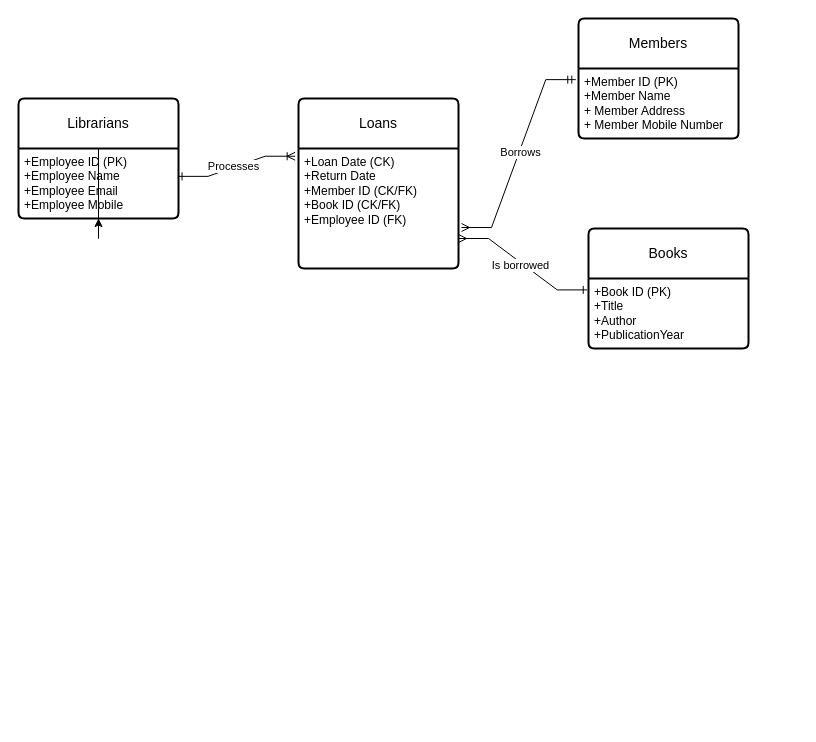
Above: Library.drawio in jaydenChua315/at1 (draw.io), before the change. Source tidied: cells renumbered, new cells numbered last; positions are measured from the earlier drawing's top-left corner, leaving out a move shared by most shapes. Both pictures are drawn from the tidied source at 100%, with x=0, y=0 at pixel (18, 18).
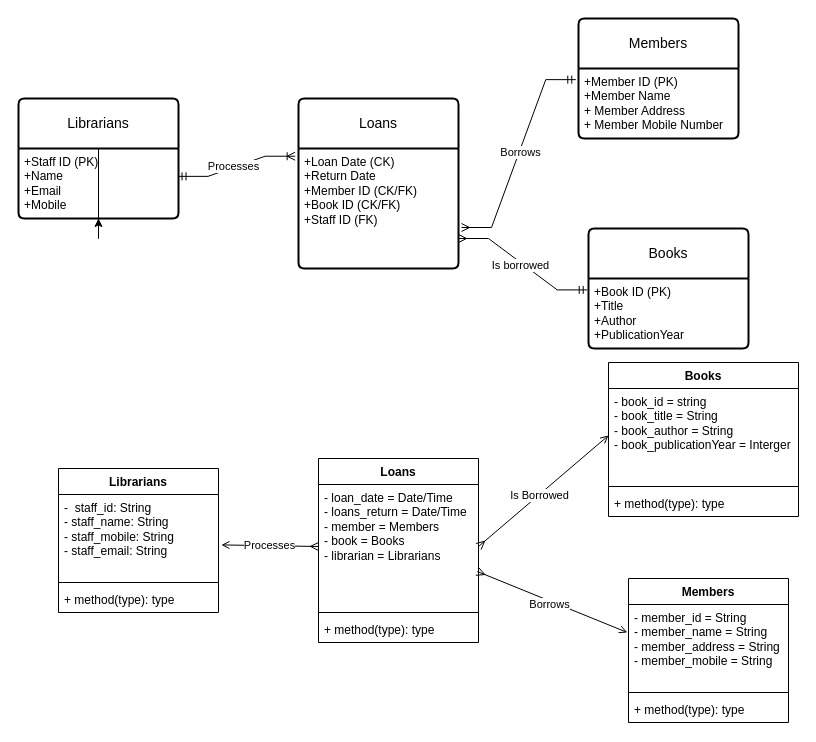
After the change.

The change refers to these unchanged cells:
```xml
<mxCell id="6" value="+Book ID (PK)&lt;br&gt;+Title&lt;br&gt;+Author&lt;div&gt;+PublicationYear&lt;/div&gt;" style="align=left;strokeColor=none;fillColor=none;spacingLeft=4;fontSize=12;verticalAlign=top;html=1;" parent="5" vertex="1">
  <mxGeometry y="50" width="160" height="70" as="geometry" />
</mxCell>
<mxCell id="7" value="Librarians" style="swimlane;horizontal=1;startSize=50;rounded=1;fontSize=14;fontStyle=0;strokeWidth=2;shadow=0;dashed=0;align=center;arcSize=4;whiteSpace=wrap;html=1;" parent="1" vertex="1">
  <mxGeometry y="80" width="160" height="120" as="geometry" />
</mxCell>
<mxCell id="9" value="Loans" style="swimlane;horizontal=1;startSize=50;rounded=1;fontSize=14;fontStyle=0;strokeWidth=2;shadow=0;dashed=0;align=center;arcSize=4;whiteSpace=wrap;html=1;perimeterSpacing=3;" parent="1" vertex="1">
  <mxGeometry x="280" y="80" width="160" height="170" as="geometry" />
</mxCell>
```

The edit, as a diff of the source:
```diff
@@
-    <mxCell id="8" value="+Employee ID (PK)&lt;div&gt;+Employee Name&lt;/div&gt;&lt;div&gt;+Employee Email&lt;/div&gt;&lt;div&gt;+Employee Mobile&lt;/div&gt;" style="align=left;strokeColor=none;fillColor=none;spacingLeft=4;fontSize=12;verticalAlign=top;html=1;" parent="7" vertex="1">
+    <mxCell id="8" value="+Staff ID (PK)&lt;div&gt;+Name&lt;/div&gt;&lt;div&gt;+Email&lt;/div&gt;&lt;div&gt;+Mobile&lt;/div&gt;" style="align=left;strokeColor=none;fillColor=none;spacingLeft=4;fontSize=12;verticalAlign=top;html=1;" parent="7" vertex="1">
       <mxGeometry y="50" width="160" height="70" as="geometry" />
     </mxCell>
@@
-    <mxCell id="10" value="&lt;div style=&quot;&quot;&gt;&lt;font style=&quot;font-size: 12px;&quot;&gt;+Loan Date (CK)&lt;/font&gt;&lt;div style=&quot;&quot;&gt;&lt;font style=&quot;font-size: 12px;&quot;&gt;+Return Date&lt;/font&gt;&lt;/div&gt;&lt;div style=&quot;&quot;&gt;&lt;div&gt;&lt;font style=&quot;font-size: 12px;&quot;&gt;+Member ID (CK/FK)&lt;/font&gt;&lt;/div&gt;&lt;/div&gt;&lt;div style=&quot;&quot;&gt;&lt;div&gt;&lt;font style=&quot;font-size: 12px;&quot;&gt;+Book ID (CK/FK)&lt;/font&gt;&lt;/div&gt;&lt;/div&gt;&lt;div style=&quot;&quot;&gt;&lt;font style=&quot;font-size: 12px;&quot;&gt;+Employee ID (FK)&lt;/font&gt;&lt;/div&gt;&lt;div style=&quot;&quot;&gt;&lt;font style=&quot;font-size: 12px;&quot;&gt;&lt;br&gt;&lt;/font&gt;&lt;/div&gt;&lt;div style=&quot;font-size: 11px;&quot;&gt;&lt;br&gt;&lt;/div&gt;&lt;/div&gt;" style="align=left;strokeColor=none;fillColor=none;spacingLeft=4;fontSize=12;verticalAlign=top;html=1;" parent="9" vertex="1">
+    <mxCell id="10" value="&lt;div style=&quot;&quot;&gt;&lt;font style=&quot;font-size: 12px;&quot;&gt;+Loan Date (CK)&lt;/font&gt;&lt;div style=&quot;&quot;&gt;&lt;font style=&quot;font-size: 12px;&quot;&gt;+Return Date&lt;/font&gt;&lt;/div&gt;&lt;div style=&quot;&quot;&gt;&lt;div&gt;&lt;font style=&quot;font-size: 12px;&quot;&gt;+Member ID (CK/FK)&lt;/font&gt;&lt;/div&gt;&lt;/div&gt;&lt;div style=&quot;&quot;&gt;&lt;div&gt;&lt;font style=&quot;font-size: 12px;&quot;&gt;+Book ID (CK/FK)&lt;/font&gt;&lt;/div&gt;&lt;/div&gt;&lt;div style=&quot;&quot;&gt;&lt;font style=&quot;font-size: 12px;&quot;&gt;+Staff ID (FK)&lt;/font&gt;&lt;/div&gt;&lt;div style=&quot;&quot;&gt;&lt;font style=&quot;font-size: 12px;&quot;&gt;&lt;br&gt;&lt;/font&gt;&lt;/div&gt;&lt;div style=&quot;font-size: 11px;&quot;&gt;&lt;br&gt;&lt;/div&gt;&lt;/div&gt;" style="align=left;strokeColor=none;fillColor=none;spacingLeft=4;fontSize=12;verticalAlign=top;html=1;" parent="9" vertex="1">
       <mxGeometry y="50" width="160" height="120" as="geometry" />
     </mxCell>
@@
-    <mxCell id="13" style="edgeStyle=entityRelationEdgeStyle;fontSize=12;html=1;endArrow=ERone;rounded=0;entryX=-0.008;entryY=0.163;entryDx=0;entryDy=0;entryPerimeter=0;exitX=1;exitY=0.75;exitDx=0;exitDy=0;endFill=0;startArrow=ERmany;startFill=0;" parent="1" edge="1" source="10" target="6">
+    <mxCell id="13" style="edgeStyle=entityRelationEdgeStyle;fontSize=12;html=1;endArrow=ERmandOne;rounded=0;entryX=-0.008;entryY=0.163;entryDx=0;entryDy=0;entryPerimeter=0;exitX=1;exitY=0.75;exitDx=0;exitDy=0;endFill=0;startArrow=ERmany;startFill=0;" parent="1" edge="1" source="10" target="6">
       <mxGeometry relative="1" as="geometry">
         <Array as="points">
           <mxPoint x="410" y="190" />
         </Array>
       </mxGeometry>
     </mxCell>
@@
-    <mxCell id="15" style="edgeStyle=entityRelationEdgeStyle;fontSize=12;html=1;endArrow=ERoneToMany;rounded=0;exitX=0.997;exitY=0.398;exitDx=0;exitDy=0;exitPerimeter=0;entryX=-0.002;entryY=0.345;entryDx=0;entryDy=0;entryPerimeter=0;startArrow=ERone;startFill=0;" parent="1" edge="1" source="8" target="9">
+    <mxCell id="15" style="edgeStyle=entityRelationEdgeStyle;fontSize=12;html=1;endArrow=ERoneToMany;rounded=0;exitX=0.997;exitY=0.398;exitDx=0;exitDy=0;exitPerimeter=0;entryX=-0.002;entryY=0.345;entryDx=0;entryDy=0;entryPerimeter=0;startArrow=ERmandOne;startFill=0;" parent="1" edge="1" source="8" target="9">
       <mxGeometry relative="1" as="geometry" />
     </mxCell>
@@
+    <mxCell id="17" value="Members" style="swimlane;fontStyle=1;align=center;verticalAlign=top;horizontal=1;startSize=26;whiteSpace=wrap;html=1;" parent="1" vertex="1">
+      <mxGeometry x="610" y="560" width="160" height="144" as="geometry" />
+    </mxCell>
+    <mxCell id="18" value="&lt;div&gt;- member_id = String&lt;/div&gt;&lt;div&gt;- member_name = String&lt;/div&gt;&lt;div&gt;- member_address = String&lt;/div&gt;&lt;div&gt;- member_mobile = String&lt;/div&gt;&lt;div&gt;&lt;br&gt;&lt;/div&gt;&lt;div&gt;&lt;br&gt;&lt;/div&gt;" style="text;strokeColor=none;fillColor=none;align=left;verticalAlign=top;spacingLeft=4;spacingRight=4;overflow=hidden;points=[[0,0.5],[1,0.5]];portConstraint=eastwest;whiteSpace=wrap;html=1;" parent="17" vertex="1">
+      <mxGeometry y="26" width="160" height="84" as="geometry" />
+    </mxCell>
+    <mxCell id="19" style="line;strokeWidth=1;fillColor=none;align=left;verticalAlign=middle;spacingTop=-1;spacingLeft=3;spacingRight=3;labelPosition=right;strokeColor=inherit;" parent="17" vertex="1">
+      <mxGeometry y="110" width="160" height="8" as="geometry" />
+    </mxCell>
+    <mxCell id="20" value="+ method(type): type" style="text;strokeColor=none;fillColor=none;align=left;verticalAlign=top;spacingLeft=4;spacingRight=4;overflow=hidden;whiteSpace=wrap;html=1;" parent="17" vertex="1">
+      <mxGeometry y="118" width="160" height="26" as="geometry" />
+    </mxCell>
+    <mxCell id="21" value="Librarians" style="swimlane;fontStyle=1;align=center;verticalAlign=top;horizontal=1;startSize=26;whiteSpace=wrap;html=1;" parent="1" vertex="1">
+      <mxGeometry x="40" y="450" width="160" height="144" as="geometry" />
+    </mxCell>
+    <mxCell id="22" value="-&amp;nbsp; staff_id: String&lt;div&gt;- staff_name: String&lt;/div&gt;&lt;div&gt;- staff_mobile: String&lt;/div&gt;&lt;div&gt;- staff_email: String&lt;/div&gt;" style="text;strokeColor=none;fillColor=none;align=left;verticalAlign=top;spacingLeft=4;spacingRight=4;overflow=hidden;points=[[0,0.5],[1,0.5]];portConstraint=eastwest;whiteSpace=wrap;html=1;" parent="21" vertex="1">
+      <mxGeometry y="26" width="160" height="84" as="geometry" />
+    </mxCell>
+    <mxCell id="23" style="line;strokeWidth=1;fillColor=none;align=left;verticalAlign=middle;spacingTop=-1;spacingLeft=3;spacingRight=3;labelPosition=right;strokeColor=inherit;" parent="21" vertex="1">
+      <mxGeometry y="110" width="160" height="8" as="geometry" />
+    </mxCell>
+    <mxCell id="24" value="+ method(type): type" style="text;strokeColor=none;fillColor=none;align=left;verticalAlign=top;spacingLeft=4;spacingRight=4;overflow=hidden;whiteSpace=wrap;html=1;" parent="21" vertex="1">
+      <mxGeometry y="118" width="160" height="26" as="geometry" />
+    </mxCell>
+    <mxCell id="25" value="Loans" style="swimlane;fontStyle=1;align=center;verticalAlign=top;horizontal=1;startSize=26;whiteSpace=wrap;html=1;" parent="1" vertex="1">
+      <mxGeometry x="300" y="440" width="160" height="184" as="geometry" />
+    </mxCell>
+    <mxCell id="26" value="- loan_date = Date/Time&lt;div&gt;- loans_return = Date/Time&lt;/div&gt;&lt;div&gt;- member = Members&lt;/div&gt;&lt;div&gt;- book = Books&lt;/div&gt;&lt;div&gt;- librarian = Librarians&lt;/div&gt;" style="text;strokeColor=none;fillColor=none;align=left;verticalAlign=top;spacingLeft=4;spacingRight=4;overflow=hidden;points=[[0,0.5],[1,0.5]];portConstraint=eastwest;whiteSpace=wrap;html=1;" parent="25" vertex="1">
+      <mxGeometry y="26" width="160" height="124" as="geometry" />
+    </mxCell>
+    <mxCell id="27" style="line;strokeWidth=1;fillColor=none;align=left;verticalAlign=middle;spacingTop=-1;spacingLeft=3;spacingRight=3;labelPosition=right;strokeColor=inherit;" parent="25" vertex="1">
+      <mxGeometry y="150" width="160" height="8" as="geometry" />
+    </mxCell>
+    <mxCell id="28" value="+ method(type): type" style="text;strokeColor=none;fillColor=none;align=left;verticalAlign=top;spacingLeft=4;spacingRight=4;overflow=hidden;whiteSpace=wrap;html=1;" parent="25" vertex="1">
+      <mxGeometry y="158" width="160" height="26" as="geometry" />
+    </mxCell>
+    <mxCell id="29" value="Books" style="swimlane;fontStyle=1;align=center;verticalAlign=top;horizontal=1;startSize=26;whiteSpace=wrap;html=1;" parent="1" vertex="1">
+      <mxGeometry x="590" y="344" width="190" height="154" as="geometry" />
+    </mxCell>
+    <mxCell id="30" value="- book_id = string&lt;div&gt;- book_title = String&lt;/div&gt;&lt;div&gt;- book_author = String&lt;/div&gt;&lt;div&gt;- book_publicationYear = Interger&lt;/div&gt;" style="text;strokeColor=none;fillColor=none;align=left;verticalAlign=top;spacingLeft=4;spacingRight=4;overflow=hidden;points=[[0,0.5],[1,0.5]];portConstraint=eastwest;whiteSpace=wrap;html=1;" parent="29" vertex="1">
+      <mxGeometry y="26" width="190" height="94" as="geometry" />
+    </mxCell>
+    <mxCell id="31" style="line;strokeWidth=1;fillColor=none;align=left;verticalAlign=middle;spacingTop=-1;spacingLeft=3;spacingRight=3;labelPosition=right;strokeColor=inherit;" parent="29" vertex="1">
+      <mxGeometry y="120" width="190" height="8" as="geometry" />
+    </mxCell>
+    <mxCell id="32" value="+ method(type): type" style="text;strokeColor=none;fillColor=none;align=left;verticalAlign=top;spacingLeft=4;spacingRight=4;overflow=hidden;whiteSpace=wrap;html=1;" parent="29" vertex="1">
+      <mxGeometry y="128" width="190" height="26" as="geometry" />
+    </mxCell>
+    <mxCell id="33" style="endArrow=ERmany;endFill=0;html=1;rounded=0;exitX=0;exitY=0.5;exitDx=0;exitDy=0;entryX=1;entryY=0.5;entryDx=0;entryDy=0;startArrow=open;startFill=0;" parent="1" edge="1" source="30" target="26">
+      <mxGeometry relative="1" as="geometry" />
+    </mxCell>
+    <mxCell id="34" value="Is Borrowed" style="edgeLabel;html=1;align=center;verticalAlign=middle;" parent="33" vertex="1">
+      <mxGeometry x="0.06" relative="1" as="geometry" />
+    </mxCell>
+    <mxCell id="35" style="endArrow=ERmany;endFill=0;html=1;rounded=0;entryX=0.993;entryY=0.702;entryDx=0;entryDy=0;startArrow=open;startFill=0;entryPerimeter=0;exitX=-0.007;exitY=0.333;exitDx=0;exitDy=0;exitPerimeter=0;" parent="1" edge="1" source="18" target="26">
+      <mxGeometry relative="1" as="geometry" />
+    </mxCell>
+    <mxCell id="36" value="Borrows" style="edgeLabel;html=1;align=center;verticalAlign=middle;" parent="35" vertex="1">
+      <mxGeometry x="0.03" y="3" relative="1" as="geometry" />
+    </mxCell>
+    <mxCell id="37" style="endArrow=ERmany;endFill=0;html=1;rounded=0;entryX=0;entryY=0.5;entryDx=0;entryDy=0;startArrow=open;startFill=0;exitX=1.018;exitY=0.6;exitDx=0;exitDy=0;exitPerimeter=0;" parent="1" edge="1" source="22" target="26">
+      <mxGeometry relative="1" as="geometry" />
+    </mxCell>
+    <mxCell id="38" value="Processes" style="edgeLabel;html=1;align=center;verticalAlign=middle;" parent="37" vertex="1">
+      <mxGeometry x="-0.02" y="1" relative="1" as="geometry" />
+    </mxCell>
```
